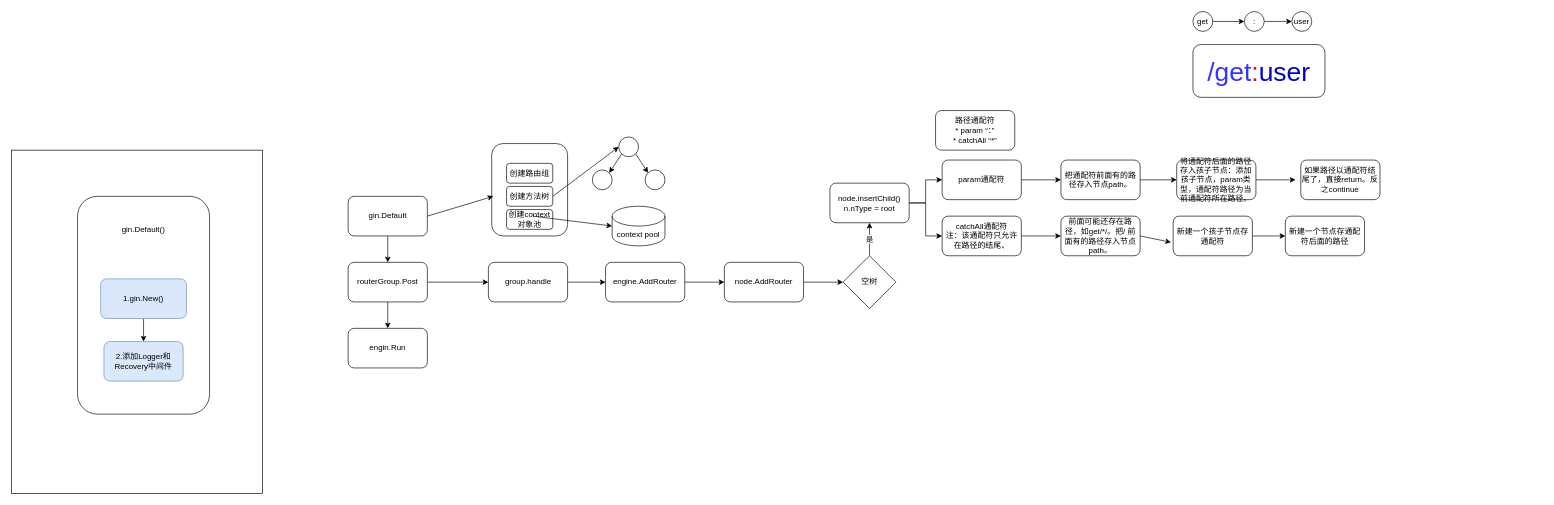
This is gin框架源码图.drawio from lishuai-0/picture_source_file_draw_io, a draw.io file, before an edit. Source tidied: cells renumbered, new cells numbered last; positions are measured from the earlier drawing's top-left corner, leaving out a move shared by most shapes. Both pictures are drawn from the tidied source at 66%, with x=0, y=0 at pixel (11, 11).
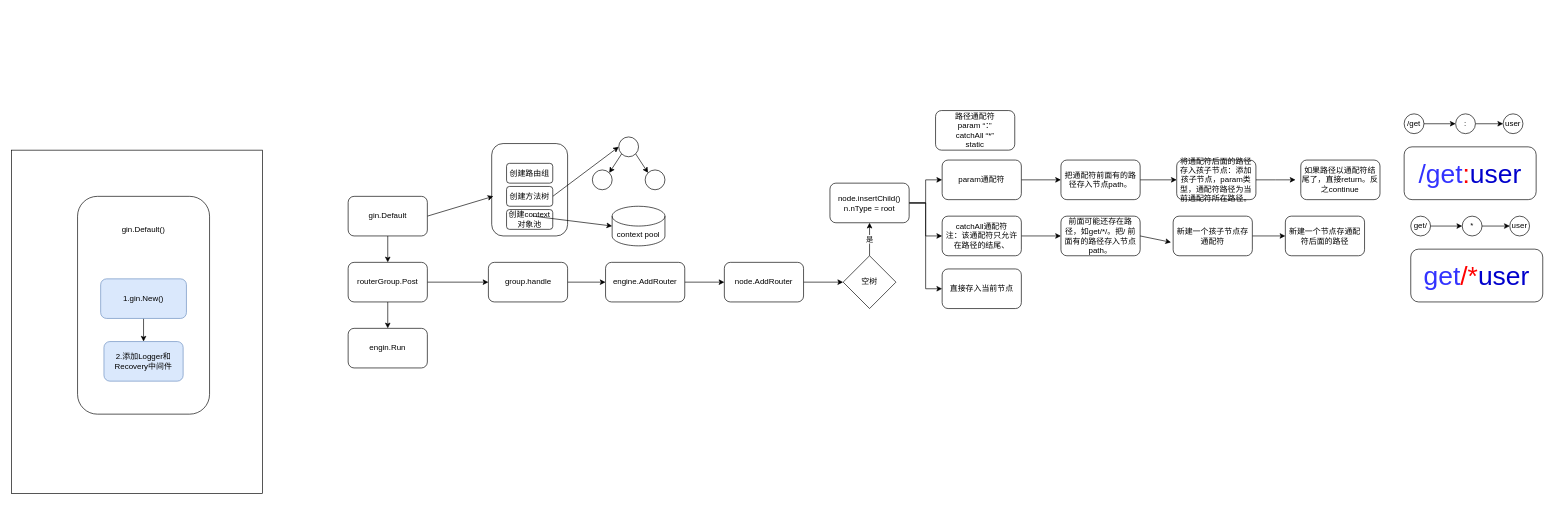
The same diagram, later.

Commit message:
更新gin框架源码图.drawio

Unchanged cells that the change refers to:
```xml
<mxCell id="37" value="node.insertChild()&lt;div&gt;n.nType = root&lt;br&gt;&lt;/div&gt;" style="rounded=1;whiteSpace=wrap;html=1;" parent="1" vertex="1">
  <mxGeometry x="1240" y="260" width="120" height="60" as="geometry" />
</mxCell>
```

Change to the diagram source:
```diff
@@
+    <mxCell id="60" style="edgeStyle=orthogonalEdgeStyle;rounded=0;jettySize=auto;html=1;exitX=1;exitY=0.5;exitDx=0;exitDy=0;entryX=0;entryY=0.5;entryDx=0;entryDy=0;" parent="1" edge="1" source="37" target="68">
+      <mxGeometry relative="1" as="geometry" />
+    </mxCell>
@@
-    <mxCell id="38" value="路径通配符&lt;br&gt;* param “：”&lt;div&gt;* catchAll “*”&lt;/div&gt;" style="rounded=1;whiteSpace=wrap;html=1;" parent="1" vertex="1">
+    <mxCell id="38" value="路径通配符&lt;br&gt;param “：”&lt;div&gt;catchAll “*”&lt;/div&gt;&lt;div&gt;static&lt;br&gt;&lt;/div&gt;" style="rounded=1;whiteSpace=wrap;html=1;" parent="1" vertex="1">
       <mxGeometry x="1400" y="150" width="120" height="60" as="geometry" />
     </mxCell>
@@
     <mxCell id="42" style="group;" parent="1" vertex="1">
-      <mxGeometry x="1790" width="200" height="130" as="geometry" />
+      <mxGeometry x="2110" y="155" width="200" height="130" as="geometry" />
     </mxCell>
@@
-    <mxCell id="45" value="get" style="ellipse;whiteSpace=wrap;html=1;" parent="42" vertex="1">
+    <mxCell id="45" value="/get" style="ellipse;whiteSpace=wrap;html=1;" parent="42" vertex="1">
       <mxGeometry width="30" height="30" as="geometry" />
     </mxCell>
@@
+    <mxCell id="61" style="group;" parent="1" vertex="1">
+      <mxGeometry x="2120" y="310" width="200" height="130" as="geometry" />
+    </mxCell>
+    <mxCell id="62" value="&lt;font style=&quot;font-size: 40px;&quot;&gt;&lt;font color=&quot;#3333ff&quot;&gt;get&lt;/font&gt;&lt;font color=&quot;#ff0000&quot;&gt;/*&lt;/font&gt;&lt;font color=&quot;#0000cc&quot;&gt;user&lt;/font&gt;&lt;/font&gt;" style="rounded=1;whiteSpace=wrap;html=1;" parent="61" vertex="1">
+      <mxGeometry y="50" width="200" height="80" as="geometry" />
+    </mxCell>
+    <mxCell id="63" style="edgeStyle=orthogonalEdgeStyle;rounded=0;jettySize=auto;html=1;exitX=1;exitY=0.5;exitDx=0;exitDy=0;" parent="61" edge="1" source="64" target="66">
+      <mxGeometry relative="1" as="geometry" />
+    </mxCell>
+    <mxCell id="64" value="get/" style="ellipse;whiteSpace=wrap;html=1;" parent="61" vertex="1">
+      <mxGeometry width="30" height="30" as="geometry" />
+    </mxCell>
+    <mxCell id="65" style="edgeStyle=orthogonalEdgeStyle;rounded=0;jettySize=auto;html=1;exitX=1;exitY=0.5;exitDx=0;exitDy=0;" parent="61" edge="1" source="66" target="67">
+      <mxGeometry relative="1" as="geometry" />
+    </mxCell>
+    <mxCell id="66" value="*" style="ellipse;whiteSpace=wrap;html=1;" parent="61" vertex="1">
+      <mxGeometry x="78" width="30" height="30" as="geometry" />
+    </mxCell>
+    <mxCell id="67" value="user" style="ellipse;whiteSpace=wrap;html=1;" parent="61" vertex="1">
+      <mxGeometry x="150" width="30" height="30" as="geometry" />
+    </mxCell>
+    <mxCell id="68" value="直接存入当前节点" style="rounded=1;whiteSpace=wrap;html=1;" parent="1" vertex="1">
+      <mxGeometry x="1410" y="390" width="120" height="60" as="geometry" />
+    </mxCell>
```
